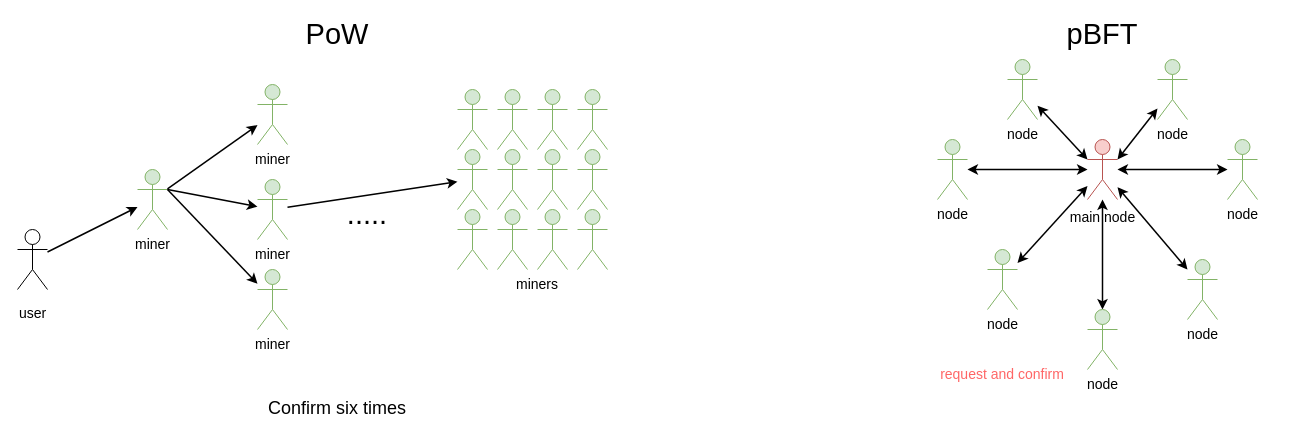
0xyicheng/a-research-diagram keeps this draw.io diagram as ethereum-research/pos-beaconchain/PoW vs pBFT.drawio. Above is the earlier version. Source tidied: cells renumbered, new cells numbered last; positions are measured from the earlier drawing's top-left corner, leaving out a move shared by most shapes. Both pictures are drawn from the tidied source at 100%, with x=0, y=0 at pixel (17, 19).
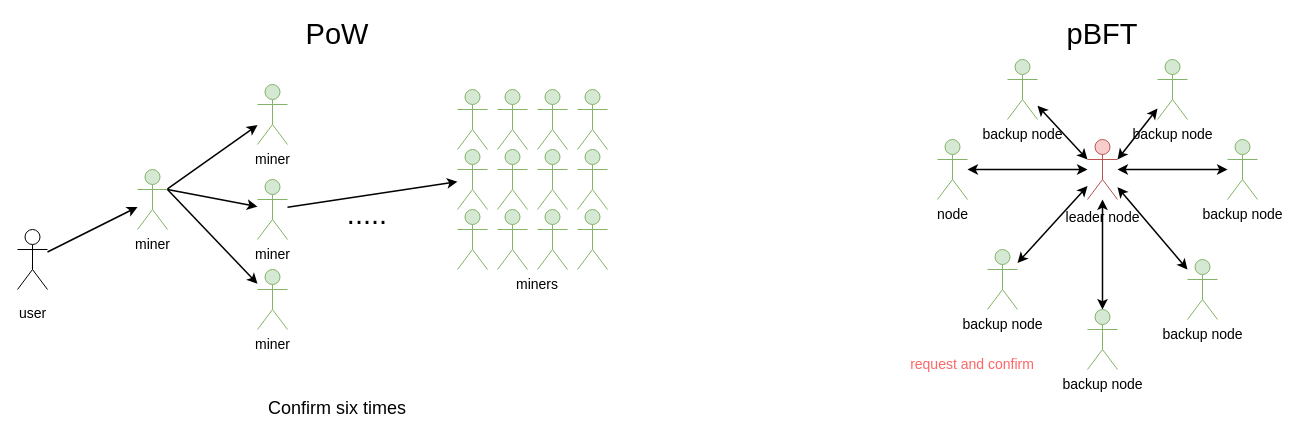
The same diagram, later.

Change to the diagram source:
```diff
@@
-    <mxCell id="30" value="&lt;font style=&quot;font-size: 14px;&quot;&gt;main node&lt;/font&gt;" style="shape=umlActor;verticalLabelPosition=bottom;verticalAlign=top;html=1;outlineConnect=0;fontSize=18;fillColor=#f8cecc;strokeColor=#b85450;" parent="1" vertex="1">
+    <mxCell id="30" value="&lt;font style=&quot;font-size: 14px;&quot;&gt;leader node&lt;/font&gt;" style="shape=umlActor;verticalLabelPosition=bottom;verticalAlign=top;html=1;outlineConnect=0;fontSize=18;fillColor=#f8cecc;strokeColor=#b85450;" parent="1" vertex="1">
       <mxGeometry x="1070" y="120" width="30" height="60" as="geometry" />
     </mxCell>
@@
-    <mxCell id="32" value="node" style="shape=umlActor;verticalLabelPosition=bottom;verticalAlign=top;html=1;outlineConnect=0;fontSize=14;fillColor=#d5e8d4;strokeColor=#82b366;" parent="1" vertex="1">
+    <mxCell id="32" value="backup node" style="shape=umlActor;verticalLabelPosition=bottom;verticalAlign=top;html=1;outlineConnect=0;fontSize=14;fillColor=#d5e8d4;strokeColor=#82b366;" parent="1" vertex="1">
       <mxGeometry x="1210" y="120" width="30" height="60" as="geometry" />
     </mxCell>
-    <mxCell id="33" value="node" style="shape=umlActor;verticalLabelPosition=bottom;verticalAlign=top;html=1;outlineConnect=0;fontSize=14;fillColor=#d5e8d4;strokeColor=#82b366;" parent="1" vertex="1">
+    <mxCell id="33" value="backup node" style="shape=umlActor;verticalLabelPosition=bottom;verticalAlign=top;html=1;outlineConnect=0;fontSize=14;fillColor=#d5e8d4;strokeColor=#82b366;" parent="1" vertex="1">
       <mxGeometry x="970" y="230" width="30" height="60" as="geometry" />
     </mxCell>
-    <mxCell id="34" value="node" style="shape=umlActor;verticalLabelPosition=bottom;verticalAlign=top;html=1;outlineConnect=0;fontSize=14;fillColor=#d5e8d4;strokeColor=#82b366;" parent="1" vertex="1">
+    <mxCell id="34" value="backup node" style="shape=umlActor;verticalLabelPosition=bottom;verticalAlign=top;html=1;outlineConnect=0;fontSize=14;fillColor=#d5e8d4;strokeColor=#82b366;" parent="1" vertex="1">
       <mxGeometry x="1070" y="290" width="30" height="60" as="geometry" />
     </mxCell>
-    <mxCell id="35" value="node" style="shape=umlActor;verticalLabelPosition=bottom;verticalAlign=top;html=1;fontSize=14;fillColor=#d5e8d4;strokeColor=#82b366;" parent="1" vertex="1">
+    <mxCell id="35" value="backup node" style="shape=umlActor;verticalLabelPosition=bottom;verticalAlign=top;html=1;fontSize=14;fillColor=#d5e8d4;strokeColor=#82b366;" parent="1" vertex="1">
       <mxGeometry x="1170" y="240" width="30" height="60" as="geometry" />
     </mxCell>
-    <mxCell id="36" value="node" style="shape=umlActor;verticalLabelPosition=bottom;verticalAlign=top;html=1;outlineConnect=0;fontSize=14;fillColor=#d5e8d4;strokeColor=#82b366;" parent="1" vertex="1">
+    <mxCell id="36" value="backup node" style="shape=umlActor;verticalLabelPosition=bottom;verticalAlign=top;html=1;outlineConnect=0;fontSize=14;fillColor=#d5e8d4;strokeColor=#82b366;" parent="1" vertex="1">
       <mxGeometry x="990" y="40" width="30" height="60" as="geometry" />
     </mxCell>
-    <mxCell id="37" value="node" style="shape=umlActor;verticalLabelPosition=bottom;verticalAlign=top;html=1;outlineConnect=0;fontSize=14;fillColor=#d5e8d4;strokeColor=#82b366;" parent="1" vertex="1">
+    <mxCell id="37" value="backup node" style="shape=umlActor;verticalLabelPosition=bottom;verticalAlign=top;html=1;outlineConnect=0;fontSize=14;fillColor=#d5e8d4;strokeColor=#82b366;" parent="1" vertex="1">
       <mxGeometry x="1140" y="40" width="30" height="60" as="geometry" />
     </mxCell>
@@
     <mxCell id="44" value="&lt;font color=&quot;#ff6666&quot;&gt;request and confirm&lt;/font&gt;" style="text;html=1;strokeColor=none;fillColor=none;align=center;verticalAlign=middle;whiteSpace=wrap;rounded=0;fontSize=14;" parent="1" vertex="1">
-      <mxGeometry x="920" y="350" width="130" height="10" as="geometry" />
+      <mxGeometry x="890" y="340" width="130" height="10" as="geometry" />
     </mxCell>
```
